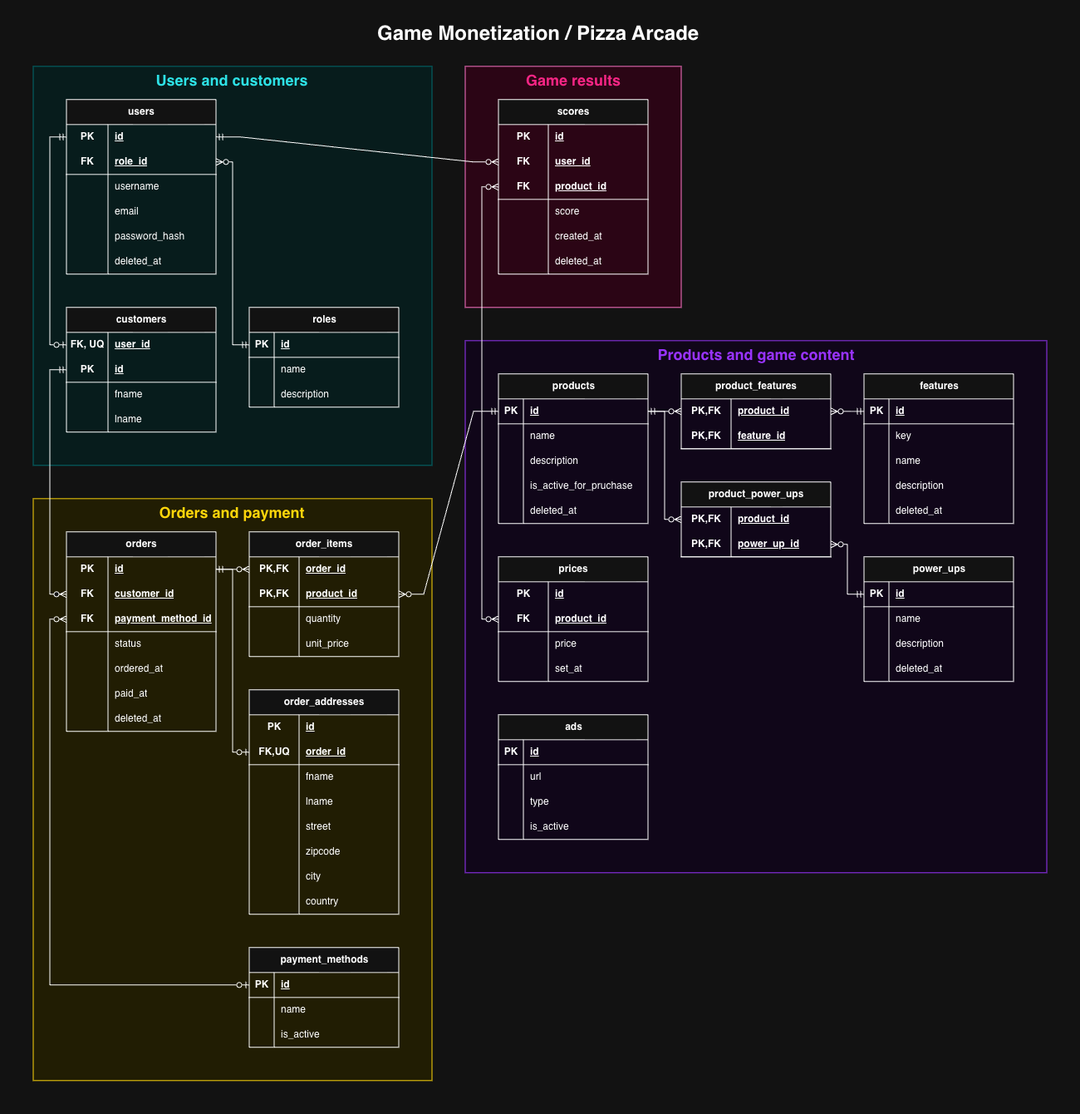
This is docs/er-diagram.png from niloscar/game-monetization, a draw.io export, as it was before one commit. Source tidied: cells renumbered, new cells last; positions are measured from the earlier drawing's top-left corner, leaving out a move shared by most shapes.
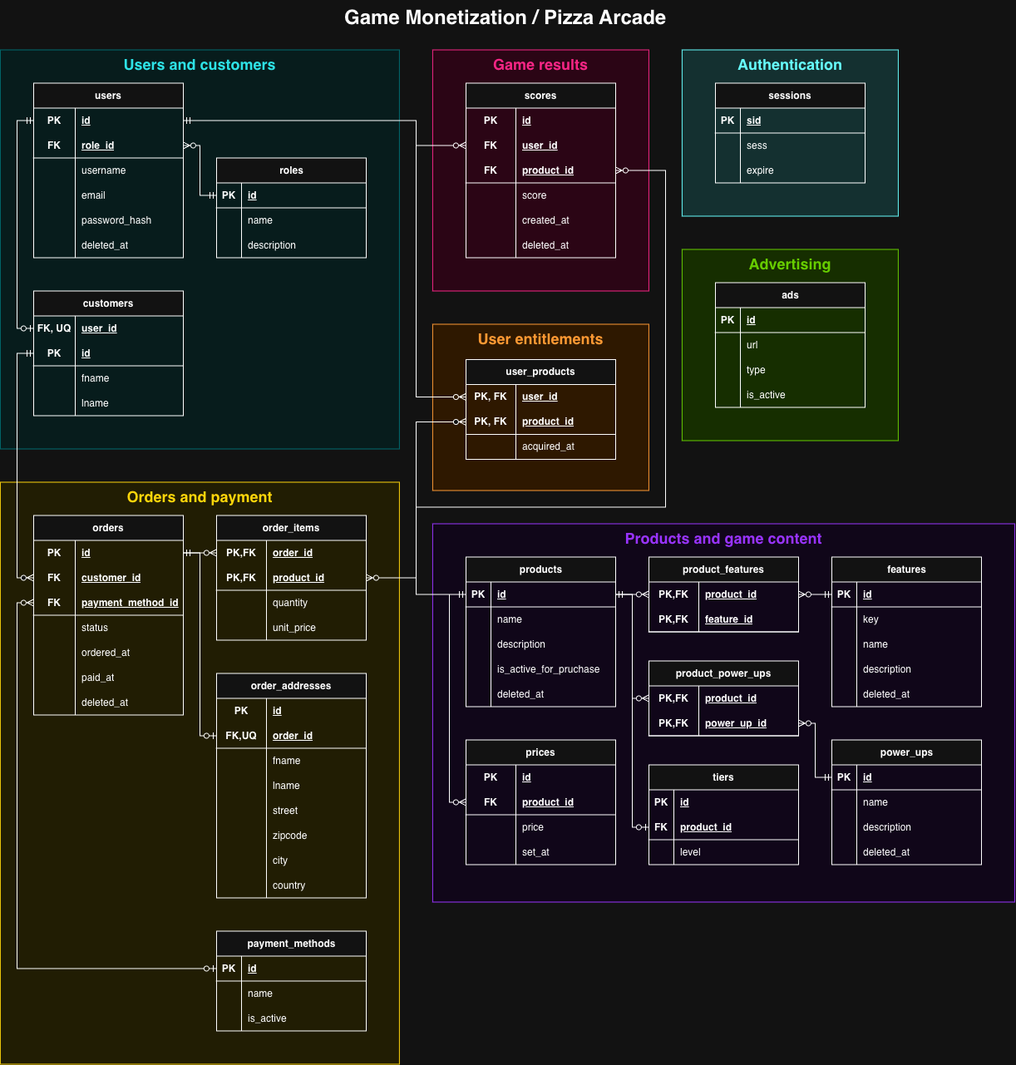
The same diagram one commit later.

Diff of the diagram source:
```diff
@@ -4,4 +4,13 @@
     <mxCell id="1" parent="0" />
+    <mxCell id="241" style="rounded=0;whiteSpace=wrap;html=1;fillColor=light-dark(#162E00,#162E00);strokeColor=light-dark(#66CC00,#66CC00);" parent="1" vertex="1">
+      <mxGeometry x="820" y="300" width="260" height="230" as="geometry" />
+    </mxCell>
+    <mxCell id="242" value="&lt;h1 style=&quot;margin-top: 0px;&quot;&gt;Advertising&lt;/h1&gt;" style="text;html=1;whiteSpace=wrap;overflow=hidden;rounded=0;fontSize=9;align=center;fontColor=light-dark(#66CC00,#66CC00);labelBackgroundColor=none;" parent="1" vertex="1">
+      <mxGeometry x="820" y="300" width="260" height="30" as="geometry" />
+    </mxCell>
+    <mxCell id="243" style="rounded=0;whiteSpace=wrap;html=1;fillColor=light-dark(#143030,#143030);strokeColor=light-dark(#66FFFF,#66FFFF);" parent="1" vertex="1">
+      <mxGeometry x="820" y="60" width="260" height="200" as="geometry" />
+    </mxCell>
     <mxCell id="2" style="rounded=0;whiteSpace=wrap;html=1;strokeColor=light-dark(#9933FF,#9933FF);fillColor=light-dark(#100619,#100619);" parent="1" vertex="1">
-      <mxGeometry x="520" y="390" width="700" height="640" as="geometry" />
+      <mxGeometry x="520" y="630" width="700" height="455" as="geometry" />
     </mxCell>
@@ -14,3 +23,3 @@
     <mxCell id="5" value="roles" style="shape=table;startSize=30;rowLines=0;fontStyle=1;align=center;html=1;fontColor=light-dark(#FFFFFF,#FFFFFF);labelBackgroundColor=default;strokeColor=light-dark(#FFFFFF,#FFFFFF);" parent="1" vertex="1">
-      <mxGeometry x="260" y="350" width="180" height="120" as="geometry" />
+      <mxGeometry x="260" y="190" width="180" height="120" as="geometry" />
     </mxCell>
@@ -44,3 +53,3 @@
     <mxCell id="15" value="products" style="shape=table;startSize=30;rowLines=0;fontStyle=1;align=center;html=1;fontColor=light-dark(#FFFFFF,#FFFFFF);labelBackgroundColor=default;strokeColor=light-dark(#FFFFFF,#FFFFFF);" parent="1" vertex="1">
-      <mxGeometry x="560" y="430" width="180" height="180" as="geometry" />
+      <mxGeometry x="560" y="670" width="180" height="180" as="geometry" />
     </mxCell>
@@ -92,3 +101,3 @@
     <mxCell id="31" value="power_ups" style="shape=table;startSize=30;rowLines=0;fontStyle=1;align=center;html=1;fontColor=light-dark(#FFFFFF,#FFFFFF);labelBackgroundColor=none;strokeColor=light-dark(#FFFFFF,#FFFFFF);" parent="1" vertex="1">
-      <mxGeometry x="1000" y="650" width="180" height="150" as="geometry" />
+      <mxGeometry x="1000" y="890" width="180" height="150" as="geometry" />
     </mxCell>
@@ -131,3 +140,3 @@
     <mxCell id="44" value="ads" style="shape=table;startSize=30;rowLines=0;fontStyle=1;align=center;html=1;fontColor=light-dark(#FFFFFF,#FFFFFF);labelBackgroundColor=default;strokeColor=light-dark(#FFFFFF,#FFFFFF);" parent="1" vertex="1">
-      <mxGeometry x="560" y="840" width="180" height="150" as="geometry" />
+      <mxGeometry x="860" y="340" width="180" height="150" as="geometry" />
     </mxCell>
@@ -200,3 +209,3 @@
     <mxCell id="67" value="features" style="shape=table;startSize=30;rowLines=0;fontStyle=1;align=center;html=1;fontColor=light-dark(#FFFFFF,#FFFFFF);labelBackgroundColor=none;fillColor=default;strokeColor=light-dark(#FFFFFF,#FFFFFF);" parent="1" vertex="1">
-      <mxGeometry x="1000" y="430" width="180" height="180" as="geometry" />
+      <mxGeometry x="1000" y="670" width="180" height="180" as="geometry" />
     </mxCell>
@@ -248,3 +257,3 @@
     <mxCell id="83" value="product_features" style="shape=table;startSize=30;rowLines=0;fontStyle=1;align=center;html=1;whiteSpace=wrap;fontColor=light-dark(#FFFFFF,#FFFFFF);labelBackgroundColor=default;strokeColor=light-dark(#FFFFFF,#FFFFFF);" parent="1" vertex="1">
-      <mxGeometry x="780" y="430" width="180" height="90" as="geometry" />
+      <mxGeometry x="780" y="670" width="180" height="90" as="geometry" />
     </mxCell>
@@ -308,3 +317,3 @@
     <mxCell id="103" value="product_power_ups" style="shape=table;startSize=30;rowLines=0;fontStyle=1;align=center;html=1;whiteSpace=wrap;fontColor=light-dark(#FFFFFF,#FFFFFF);labelBackgroundColor=default;strokeColor=light-dark(#FFFFFF,#FFFFFF);" parent="1" vertex="1">
-      <mxGeometry x="780" y="560" width="180" height="90" as="geometry" />
+      <mxGeometry x="780" y="795" width="180" height="90" as="geometry" />
     </mxCell>
@@ -424,3 +433,3 @@
     </mxCell>
-    <mxCell id="142" style="rounded=0;whiteSpace=wrap;html=1;fillColor=light-dark(#2B0515,#2B0515);strokeColor=#F72585;" parent="1" vertex="1">
+    <mxCell id="142" style="rounded=0;whiteSpace=wrap;html=1;fillColor=light-dark(#2B0515,#2B0515);strokeColor=light-dark(#F72585,#F72585);" parent="1" vertex="1">
       <mxGeometry x="520" y="60" width="260" height="290" as="geometry" />
@@ -491,3 +500,3 @@
     <mxCell id="164" value="&lt;h1 style=&quot;margin-top: 0px;&quot;&gt;Products and game content&lt;/h1&gt;" style="text;html=1;whiteSpace=wrap;overflow=hidden;rounded=0;fontSize=9;align=center;fontColor=light-dark(#9933FF,#9933FF);labelBackgroundColor=none;" parent="1" vertex="1">
-      <mxGeometry x="520" y="390" width="700" height="30" as="geometry" />
+      <mxGeometry x="520" y="630" width="700" height="30" as="geometry" />
     </mxCell>
@@ -507,10 +516,17 @@
     </mxCell>
-    <mxCell id="168" style="fontSize=12;html=1;endArrow=ERzeroToMany;rounded=0;edgeStyle=entityRelationEdgeStyle;elbow=vertical;startArrow=ERmandOne;startFill=0;endFill=0;strokeColor=light-dark(#FFFFFF,#FFFFFF);" parent="1" edge="1" source="111" target="147">
-      <mxGeometry relative="1" as="geometry" />
+    <mxCell id="168" style="fontSize=12;html=1;endArrow=ERzeroToMany;rounded=0;edgeStyle=orthogonalEdgeStyle;elbow=vertical;startArrow=ERmandOne;startFill=0;endFill=0;strokeColor=light-dark(#FFFFFF,#FFFFFF);" parent="1" edge="1" source="111" target="147">
+      <mxGeometry relative="1" as="geometry">
+        <Array as="points">
+          <mxPoint x="500" y="145" />
+          <mxPoint x="500" y="175" />
+        </Array>
+      </mxGeometry>
     </mxCell>
-    <mxCell id="169" style="fontSize=12;html=1;endArrow=ERzeroToMany;rounded=0;edgeStyle=orthogonalEdgeStyle;elbow=vertical;startArrow=ERmandOne;startFill=0;exitX=0;exitY=0.5;exitDx=0;exitDy=0;entryX=0;entryY=0.5;entryDx=0;entryDy=0;endFill=0;strokeColor=light-dark(#FFFFFF,#FFFFFF);" parent="1" edge="1" source="16" target="150">
+    <mxCell id="169" style="fontSize=12;html=1;endArrow=ERzeroToMany;rounded=0;edgeStyle=orthogonalEdgeStyle;elbow=vertical;startArrow=ERmandOne;startFill=0;exitX=0;exitY=0.5;exitDx=0;exitDy=0;entryX=1;entryY=0.5;entryDx=0;entryDy=0;endFill=0;strokeColor=light-dark(#FFFFFF,#FFFFFF);" parent="1" edge="1" source="16" target="150">
       <mxGeometry relative="1" as="geometry">
         <Array as="points">
-          <mxPoint x="540" y="475" />
-          <mxPoint x="540" y="205" />
+          <mxPoint x="500" y="715" />
+          <mxPoint x="500" y="610" />
+          <mxPoint x="800" y="610" />
+          <mxPoint x="800" y="205" />
         </Array>
@@ -676,3 +692,3 @@
     <mxCell id="219" value="prices" style="shape=table;startSize=30;rowLines=0;fontStyle=1;align=center;html=1;whiteSpace=wrap;fontColor=light-dark(#FFFFFF,#FFFFFF);labelBackgroundColor=default;strokeColor=light-dark(#FFFFFF,#FFFFFF);" parent="1" vertex="1">
-      <mxGeometry x="560" y="650" width="180" height="150" as="geometry" />
+      <mxGeometry x="560" y="890" width="180" height="150" as="geometry" />
     </mxCell>
@@ -725,3 +741,3 @@
     </mxCell>
-    <mxCell id="234" style="edgeStyle=entityRelationEdgeStyle;rounded=0;jettySize=auto;html=1;exitX=1;exitY=0.5;exitDx=0;exitDy=0;entryX=0;entryY=0.5;entryDx=0;entryDy=0;startArrow=ERzeroToMany;startFill=0;endArrow=ERmandOne;endFill=0;strokeColor=light-dark(#FFFFFF,#FFFFFF);" parent="1" edge="1" source="94" target="16">
+    <mxCell id="234" style="edgeStyle=orthogonalEdgeStyle;rounded=0;jettySize=auto;html=1;exitX=1;exitY=0.5;exitDx=0;exitDy=0;entryX=0;entryY=0.5;entryDx=0;entryDy=0;startArrow=ERzeroToMany;startFill=0;endArrow=ERmandOne;endFill=0;strokeColor=light-dark(#FFFFFF,#FFFFFF);" parent="1" edge="1" source="94" target="16">
       <mxGeometry relative="1" as="geometry" />
@@ -746,2 +762,120 @@
     </mxCell>
+    <mxCell id="244" value="sessions" style="shape=table;startSize=30;rowLines=0;fontStyle=1;align=center;html=1;whiteSpace=wrap;fontColor=light-dark(#FFFFFF,#FFFFFF);labelBackgroundColor=default;strokeColor=light-dark(#FFFFFF,#FFFFFF);" parent="1" vertex="1">
+      <mxGeometry x="860" y="100" width="180" height="120" as="geometry" />
+    </mxCell>
+    <mxCell id="245" style="shape=tableRow;horizontal=0;startSize=0;swimlaneHead=0;swimlaneBody=0;fillColor=none;top=0;left=0;right=0;bottom=1;html=1;" parent="244" vertex="1">
+      <mxGeometry y="30" width="180" height="30" as="geometry" />
+    </mxCell>
+    <mxCell id="246" value="PK" style="shape=partialRectangle;fillColor=none;top=0;left=0;bottom=0;right=0;fontStyle=1;overflow=hidden;html=1;whiteSpace=wrap;" parent="245" vertex="1">
+      <mxGeometry width="30" height="30" as="geometry" />
+    </mxCell>
+    <mxCell id="247" value="sid" style="shape=partialRectangle;fillColor=none;top=0;left=0;bottom=0;right=0;align=left;spacingLeft=6;fontStyle=5;overflow=hidden;html=1;whiteSpace=wrap;strokeColor=inherit;" parent="245" vertex="1">
+      <mxGeometry x="30" width="150" height="30" as="geometry" />
+    </mxCell>
+    <mxCell id="248" style="shape=tableRow;horizontal=0;startSize=0;swimlaneHead=0;swimlaneBody=0;fillColor=none;top=0;left=0;right=0;bottom=0;html=1;" parent="244" vertex="1">
+      <mxGeometry y="60" width="180" height="30" as="geometry" />
+    </mxCell>
+    <mxCell id="249" style="shape=partialRectangle;fillColor=none;top=0;left=0;bottom=0;right=0;overflow=hidden;html=1;whiteSpace=wrap;" parent="248" vertex="1">
+      <mxGeometry width="30" height="30" as="geometry" />
+    </mxCell>
+    <mxCell id="250" value="sess" style="shape=partialRectangle;fillColor=none;top=0;left=0;bottom=0;right=0;align=left;spacingLeft=6;overflow=hidden;html=1;whiteSpace=wrap;" parent="248" vertex="1">
+      <mxGeometry x="30" width="150" height="30" as="geometry" />
+    </mxCell>
+    <mxCell id="251" style="shape=tableRow;horizontal=0;startSize=0;swimlaneHead=0;swimlaneBody=0;fillColor=none;top=0;left=0;right=0;bottom=0;html=1;" parent="244" vertex="1">
+      <mxGeometry y="90" width="180" height="30" as="geometry" />
+    </mxCell>
+    <mxCell id="252" style="shape=partialRectangle;fillColor=none;top=0;left=0;bottom=0;right=0;overflow=hidden;html=1;whiteSpace=wrap;" parent="251" vertex="1">
+      <mxGeometry width="30" height="30" as="geometry" />
+    </mxCell>
+    <mxCell id="253" value="expire" style="shape=partialRectangle;fillColor=none;top=0;left=0;bottom=0;right=0;align=left;spacingLeft=6;overflow=hidden;html=1;whiteSpace=wrap;" parent="251" vertex="1">
+      <mxGeometry x="30" width="150" height="30" as="geometry" />
+    </mxCell>
+    <mxCell id="254" value="&lt;h1 style=&quot;margin-top: 0px;&quot;&gt;Authentication&lt;/h1&gt;" style="text;html=1;whiteSpace=wrap;overflow=hidden;rounded=0;fontSize=9;align=center;fontColor=light-dark(#66FFFF,#66FFFF);labelBackgroundColor=none;" parent="1" vertex="1">
+      <mxGeometry x="820" y="60" width="260" height="30" as="geometry" />
+    </mxCell>
+    <mxCell id="255" style="rounded=0;whiteSpace=wrap;html=1;fillColor=light-dark(#2E1800,#2E1800);strokeColor=light-dark(#FF9933,#FF9933);" parent="1" vertex="1">
+      <mxGeometry x="520" y="390" width="260" height="200" as="geometry" />
+    </mxCell>
+    <mxCell id="256" value="&lt;h1 style=&quot;margin-top: 0px;&quot;&gt;User entitlements&lt;/h1&gt;" style="text;html=1;whiteSpace=wrap;overflow=hidden;rounded=0;fontSize=9;align=center;fontColor=light-dark(#FF9933,#FF9933);labelBackgroundColor=none;" parent="1" vertex="1">
+      <mxGeometry x="520" y="390" width="260" height="30" as="geometry" />
+    </mxCell>
+    <mxCell id="257" value="user_products" style="shape=table;startSize=30;rowLines=0;fontStyle=1;align=center;html=1;whiteSpace=wrap;fontColor=light-dark(#FFFFFF,#FFFFFF);labelBackgroundColor=default;strokeColor=light-dark(#FFFFFF,#FFFFFF);" parent="1" vertex="1">
+      <mxGeometry x="560" y="432.5" width="180" height="120" as="geometry" />
+    </mxCell>
+    <mxCell id="258" style="shape=tableRow;horizontal=0;startSize=0;swimlaneHead=0;swimlaneBody=0;fillColor=none;points=[[0,0.5],[1,0.5]];portConstraint=eastwest;top=0;left=0;right=0;bottom=0;html=1;" parent="257" vertex="1">
+      <mxGeometry y="30" width="180" height="30" as="geometry" />
+    </mxCell>
+    <mxCell id="259" value="PK, FK" style="shape=partialRectangle;fillColor=none;top=0;left=0;bottom=0;right=0;fontStyle=1;overflow=hidden;html=1;whiteSpace=wrap;" parent="258" vertex="1">
+      <mxGeometry width="60" height="30" as="geometry" />
+    </mxCell>
+    <mxCell id="260" value="user_id" style="shape=partialRectangle;fillColor=none;top=0;left=0;bottom=0;right=0;align=left;spacingLeft=6;fontStyle=5;overflow=hidden;html=1;whiteSpace=wrap;" parent="258" vertex="1">
+      <mxGeometry x="60" width="120" height="30" as="geometry" />
+    </mxCell>
+    <mxCell id="261" style="shape=tableRow;horizontal=0;startSize=0;swimlaneHead=0;swimlaneBody=0;fillColor=none;points=[[0,0.5],[1,0.5]];portConstraint=eastwest;top=0;left=0;right=0;bottom=1;html=1;" parent="257" vertex="1">
+      <mxGeometry y="60" width="180" height="30" as="geometry" />
+    </mxCell>
+    <mxCell id="262" value="PK, FK" style="shape=partialRectangle;fillColor=none;top=0;left=0;bottom=0;right=0;fontStyle=1;overflow=hidden;html=1;whiteSpace=wrap;" parent="261" vertex="1">
+      <mxGeometry width="60" height="30" as="geometry" />
+    </mxCell>
+    <mxCell id="263" value="product_id" style="shape=partialRectangle;fillColor=none;top=0;left=0;bottom=0;right=0;align=left;spacingLeft=6;fontStyle=5;overflow=hidden;html=1;whiteSpace=wrap;" parent="261" vertex="1">
+      <mxGeometry x="60" width="120" height="30" as="geometry" />
+    </mxCell>
+    <mxCell id="264" style="shape=tableRow;horizontal=0;startSize=0;swimlaneHead=0;swimlaneBody=0;fillColor=none;top=0;left=0;right=0;bottom=0;html=1;" parent="257" vertex="1">
+      <mxGeometry y="90" width="180" height="30" as="geometry" />
+    </mxCell>
+    <mxCell id="265" style="shape=partialRectangle;fillColor=none;top=0;left=0;bottom=0;right=0;overflow=hidden;html=1;whiteSpace=wrap;" parent="264" vertex="1">
+      <mxGeometry width="60" height="30" as="geometry" />
+    </mxCell>
+    <mxCell id="266" value="acquired_at" style="shape=partialRectangle;fillColor=none;top=0;left=0;bottom=0;right=0;align=left;spacingLeft=6;overflow=hidden;html=1;whiteSpace=wrap;" parent="264" vertex="1">
+      <mxGeometry x="60" width="120" height="30" as="geometry" />
+    </mxCell>
+    <mxCell id="267" value="tiers" style="shape=table;startSize=30;rowLines=0;fontStyle=1;align=center;html=1;whiteSpace=wrap;fontColor=light-dark(#FFFFFF,#FFFFFF);labelBackgroundColor=default;strokeColor=light-dark(#FFFFFF,#FFFFFF);" parent="1" vertex="1">
+      <mxGeometry x="780" y="920" width="180" height="120" as="geometry" />
+    </mxCell>
+    <mxCell id="268" style="shape=tableRow;horizontal=0;startSize=0;swimlaneHead=0;swimlaneBody=0;fillColor=none;top=0;left=0;right=0;bottom=0;html=1;" parent="267" vertex="1">
+      <mxGeometry y="30" width="180" height="30" as="geometry" />
+    </mxCell>
+    <mxCell id="269" value="PK" style="shape=partialRectangle;fillColor=none;top=0;left=0;bottom=0;right=0;fontStyle=1;overflow=hidden;html=1;whiteSpace=wrap;" parent="268" vertex="1">
+      <mxGeometry width="30" height="30" as="geometry" />
+    </mxCell>
+    <mxCell id="270" value="id" style="shape=partialRectangle;fillColor=none;top=0;left=0;bottom=0;right=0;align=left;spacingLeft=6;fontStyle=5;overflow=hidden;html=1;whiteSpace=wrap;" parent="268" vertex="1">
+      <mxGeometry x="30" width="150" height="30" as="geometry" />
+    </mxCell>
+    <mxCell id="271" style="shape=tableRow;horizontal=0;startSize=0;swimlaneHead=0;swimlaneBody=0;fillColor=none;points=[[0,0.5],[1,0.5]];portConstraint=eastwest;top=0;left=0;right=0;bottom=1;html=1;" parent="267" vertex="1">
+      <mxGeometry y="60" width="180" height="30" as="geometry" />
+    </mxCell>
+    <mxCell id="272" value="FK" style="shape=partialRectangle;fillColor=none;top=0;left=0;bottom=0;right=0;fontStyle=1;overflow=hidden;html=1;whiteSpace=wrap;" parent="271" vertex="1">
+      <mxGeometry width="30" height="30" as="geometry" />
+    </mxCell>
+    <mxCell id="273" value="product_id" style="shape=partialRectangle;fillColor=none;top=0;left=0;bottom=0;right=0;align=left;spacingLeft=6;fontStyle=5;overflow=hidden;html=1;whiteSpace=wrap;" parent="271" vertex="1">
+      <mxGeometry x="30" width="150" height="30" as="geometry" />
+    </mxCell>
+    <mxCell id="274" style="shape=tableRow;horizontal=0;startSize=0;swimlaneHead=0;swimlaneBody=0;fillColor=none;top=0;left=0;right=0;bottom=0;html=1;" parent="267" vertex="1">
+      <mxGeometry y="90" width="180" height="30" as="geometry" />
+    </mxCell>
+    <mxCell id="275" style="shape=partialRectangle;fillColor=none;top=0;left=0;bottom=0;right=0;overflow=hidden;html=1;whiteSpace=wrap;" parent="274" vertex="1">
+      <mxGeometry width="30" height="30" as="geometry" />
+    </mxCell>
+    <mxCell id="276" value="level" style="shape=partialRectangle;fillColor=none;top=0;left=0;bottom=0;right=0;align=left;spacingLeft=6;overflow=hidden;html=1;whiteSpace=wrap;" parent="274" vertex="1">
+      <mxGeometry x="30" width="150" height="30" as="geometry" />
+    </mxCell>
+    <mxCell id="277" style="edgeStyle=orthogonalEdgeStyle;fontSize=12;html=1;endArrow=ERzeroToOne;startArrow=ERmandOne;rounded=0;exitX=1;exitY=0.5;exitDx=0;exitDy=0;entryX=0;entryY=0.5;entryDx=0;entryDy=0;endFill=0;" parent="1" edge="1" source="16" target="271">
+      <mxGeometry relative="1" as="geometry" />
+    </mxCell>
+    <mxCell id="278" style="fontSize=12;html=1;endArrow=ERzeroToMany;rounded=0;edgeStyle=orthogonalEdgeStyle;elbow=vertical;startArrow=ERmandOne;startFill=0;endFill=0;strokeColor=light-dark(#FFFFFF,#FFFFFF);exitX=1;exitY=0.5;exitDx=0;exitDy=0;entryX=0;entryY=0.5;entryDx=0;entryDy=0;" parent="1" edge="1" source="111" target="258">
+      <mxGeometry relative="1" as="geometry">
+        <Array as="points">
+          <mxPoint x="500" y="145" />
+          <mxPoint x="500" y="477.5" />
+        </Array>
+      </mxGeometry>
+    </mxCell>
+    <mxCell id="279" style="edgeStyle=orthogonalEdgeStyle;fontSize=12;html=1;endArrow=ERzeroToMany;endFill=1;rounded=0;entryX=0;entryY=0.5;entryDx=0;entryDy=0;exitX=0;exitY=0.5;exitDx=0;exitDy=0;" parent="1" edge="1" source="16" target="261">
+      <mxGeometry relative="1" as="geometry">
+        <Array as="points">
+          <mxPoint x="500" y="715" />
+          <mxPoint x="500" y="507.5" />
+        </Array>
+      </mxGeometry>
+    </mxCell>
   </root>
```
